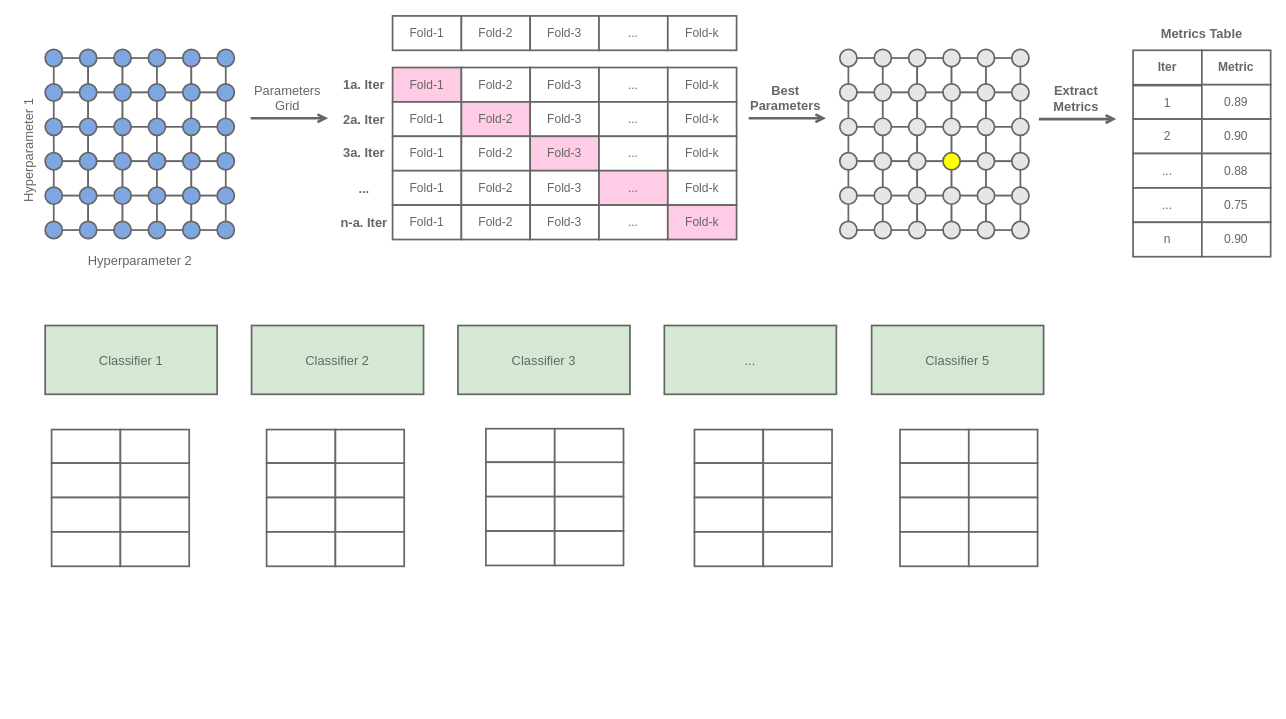
gomesluiz/long-lived-bug-bert-based-prediction keeps this draw.io diagram as figures/repeated-cross-validation-scheme.drawio. Above is the earlier version. Source tidied: cells renumbered, new cells numbered last; positions are measured from the earlier drawing's top-left corner, leaving out a move shared by most shapes. Both pictures are drawn from the tidied source at 86%, with x=0, y=0 at pixel (-28, 15).
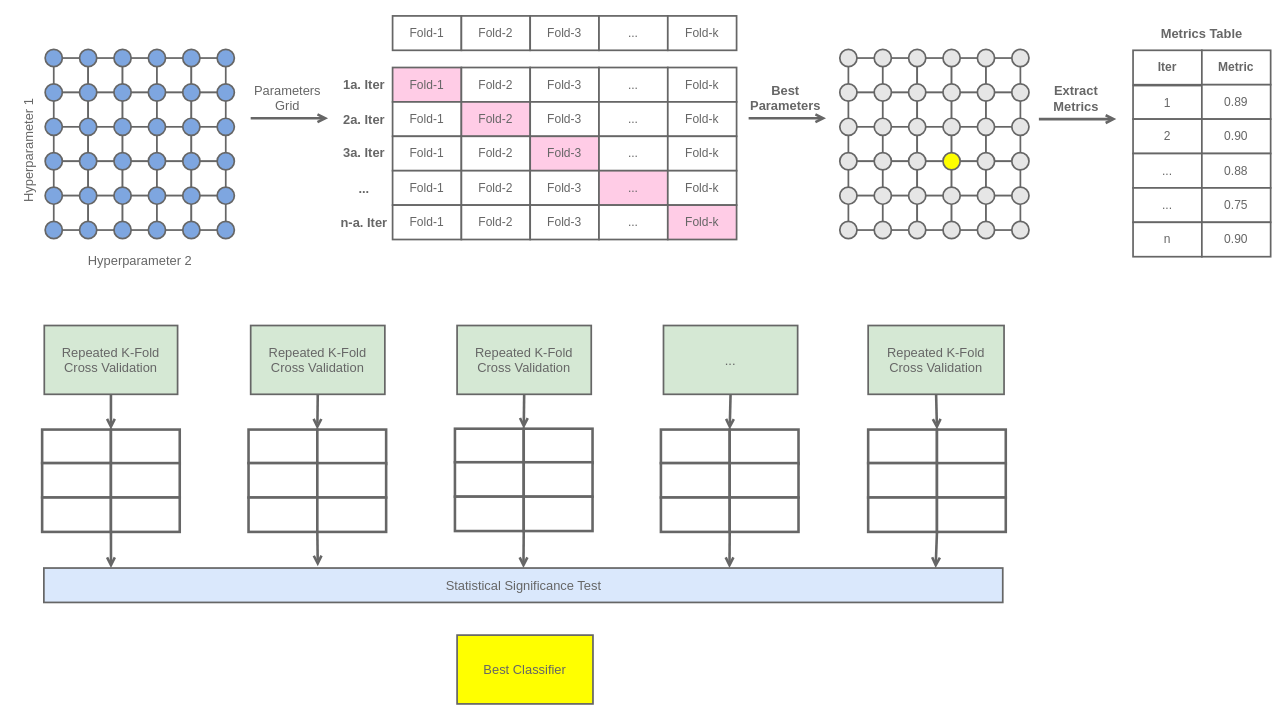
The same diagram, later.

What changed in the source:
```diff
@@
-    <mxCell id="180" value="&lt;font color=&quot;#666666&quot; style=&quot;font-size: 15px&quot;&gt;Classifier 1&lt;/font&gt;" style="rounded=0;whiteSpace=wrap;html=1;strokeColor=#666666;fillColor=#d5e8d4;strokeWidth=2;" parent="1" vertex="1">
-      <mxGeometry x="85" y="360" width="200" height="80" as="geometry" />
+    <mxCell id="180" value="&lt;font color=&quot;#666666&quot; style=&quot;font-size: 15px&quot;&gt;Repeated K-Fold Cross Validation&lt;/font&gt;" style="rounded=0;whiteSpace=wrap;html=1;strokeColor=#666666;fillColor=#d5e8d4;strokeWidth=2;" parent="1" vertex="1">
+      <mxGeometry x="84" y="360" width="155" height="80" as="geometry" />
     </mxCell>
-    <mxCell id="181" value="&lt;font color=&quot;#666666&quot; style=&quot;font-size: 15px&quot;&gt;Classifier 2&lt;/font&gt;" style="rounded=0;whiteSpace=wrap;html=1;strokeColor=#666666;fillColor=#d5e8d4;strokeWidth=2;" parent="1" vertex="1">
-      <mxGeometry x="325" y="360" width="200" height="80" as="geometry" />
+    <mxCell id="181" value="&lt;span style=&quot;color: rgb(102 , 102 , 102) ; font-size: 15px&quot;&gt;Repeated K-Fold Cross Validation&lt;/span&gt;" style="rounded=0;whiteSpace=wrap;html=1;strokeColor=#666666;fillColor=#d5e8d4;strokeWidth=2;" parent="1" vertex="1">
+      <mxGeometry x="324" y="360" width="156" height="80" as="geometry" />
     </mxCell>
-    <mxCell id="182" value="&lt;font color=&quot;#666666&quot; style=&quot;font-size: 15px&quot;&gt;Classifier 3&lt;/font&gt;" style="rounded=0;whiteSpace=wrap;html=1;strokeColor=#666666;fillColor=#d5e8d4;strokeWidth=2;" parent="1" vertex="1">
-      <mxGeometry x="565" y="360" width="200" height="80" as="geometry" />
+    <mxCell id="182" value="&lt;span style=&quot;color: rgb(102 , 102 , 102) ; font-size: 15px&quot;&gt;Repeated K-Fold Cross Validation&lt;/span&gt;" style="rounded=0;whiteSpace=wrap;html=1;strokeColor=#666666;fillColor=#d5e8d4;strokeWidth=2;" parent="1" vertex="1">
+      <mxGeometry x="564" y="360" width="156" height="80" as="geometry" />
     </mxCell>
     <mxCell id="183" value="&lt;font color=&quot;#666666&quot; style=&quot;font-size: 15px&quot;&gt;...&lt;/font&gt;" style="rounded=0;whiteSpace=wrap;html=1;strokeColor=#666666;fillColor=#d5e8d4;strokeWidth=2;" parent="1" vertex="1">
-      <mxGeometry x="805" y="360" width="200" height="80" as="geometry" />
+      <mxGeometry x="804" y="360" width="156" height="80" as="geometry" />
     </mxCell>
-    <mxCell id="184" value="&lt;font color=&quot;#666666&quot; style=&quot;font-size: 15px&quot;&gt;Classifier 5&lt;/font&gt;" style="rounded=0;whiteSpace=wrap;html=1;strokeColor=#666666;fillColor=#d5e8d4;strokeWidth=2;" parent="1" vertex="1">
-      <mxGeometry x="1046" y="360" width="200" height="80" as="geometry" />
+    <mxCell id="184" value="&lt;span style=&quot;color: rgb(102 , 102 , 102) ; font-size: 15px&quot;&gt;Repeated K-Fold Cross Validation&lt;/span&gt;" style="rounded=0;whiteSpace=wrap;html=1;strokeColor=#666666;fillColor=#d5e8d4;strokeWidth=2;" parent="1" vertex="1">
+      <mxGeometry x="1042" y="360" width="158" height="80" as="geometry" />
     </mxCell>
-    <mxCell id="185" style="rounded=0;whiteSpace=wrap;html=1;strokeColor=#666666;fillColor=default;strokeWidth=2;" parent="1" vertex="1">
-      <mxGeometry x="92.5" y="481" width="80" height="39" as="geometry" />
+    <mxCell id="185" style="rounded=0;whiteSpace=wrap;html=1;strokeColor=#666666;fillColor=default;strokeWidth=3;" parent="1" vertex="1">
+      <mxGeometry x="81.5" y="481" width="80" height="39" as="geometry" />
     </mxCell>
-    <mxCell id="186" style="rounded=0;whiteSpace=wrap;html=1;strokeColor=#666666;fillColor=default;strokeWidth=2;" parent="1" vertex="1">
-      <mxGeometry x="172.5" y="481" width="80" height="40" as="geometry" />
+    <mxCell id="186" style="rounded=0;whiteSpace=wrap;html=1;strokeColor=#666666;fillColor=default;strokeWidth=3;" parent="1" vertex="1">
+      <mxGeometry x="161.5" y="481" width="80" height="40" as="geometry" />
     </mxCell>
-    <mxCell id="187" style="rounded=0;whiteSpace=wrap;html=1;strokeColor=#666666;fillColor=default;strokeWidth=2;" parent="1" vertex="1">
-      <mxGeometry x="92.5" y="520" width="80" height="40" as="geometry" />
+    <mxCell id="187" style="rounded=0;whiteSpace=wrap;html=1;strokeColor=#666666;fillColor=default;strokeWidth=3;" parent="1" vertex="1">
+      <mxGeometry x="81.5" y="520" width="80" height="40" as="geometry" />
     </mxCell>
-    <mxCell id="188" style="rounded=0;whiteSpace=wrap;html=1;strokeColor=#666666;fillColor=default;strokeWidth=2;" parent="1" vertex="1">
-      <mxGeometry x="172.5" y="520" width="80" height="40" as="geometry" />
+    <mxCell id="188" style="rounded=0;whiteSpace=wrap;html=1;strokeColor=#666666;fillColor=default;strokeWidth=3;" parent="1" vertex="1">
+      <mxGeometry x="161.5" y="520" width="80" height="40" as="geometry" />
     </mxCell>
-    <mxCell id="189" style="rounded=0;whiteSpace=wrap;html=1;strokeColor=#666666;fillColor=default;strokeWidth=2;" parent="1" vertex="1">
-      <mxGeometry x="92.5" y="560" width="80" height="40" as="geometry" />
+    <mxCell id="189" style="rounded=0;whiteSpace=wrap;html=1;strokeColor=#666666;fillColor=default;strokeWidth=3;" parent="1" vertex="1">
+      <mxGeometry x="81.5" y="560" width="80" height="40" as="geometry" />
     </mxCell>
-    <mxCell id="190" style="rounded=0;whiteSpace=wrap;html=1;strokeColor=#666666;fillColor=default;strokeWidth=2;" parent="1" vertex="1">
-      <mxGeometry x="172.5" y="560" width="80" height="40" as="geometry" />
+    <mxCell id="190" style="rounded=0;whiteSpace=wrap;html=1;strokeColor=#666666;fillColor=default;strokeWidth=3;" parent="1" vertex="1">
+      <mxGeometry x="161.5" y="560" width="80" height="40" as="geometry" />
     </mxCell>
-    <mxCell id="191" style="rounded=0;whiteSpace=wrap;html=1;strokeColor=#666666;fillColor=default;strokeWidth=2;" parent="1" vertex="1">
-      <mxGeometry x="92.5" y="600" width="80" height="40" as="geometry" />
-    </mxCell>
-    <mxCell id="192" style="rounded=0;whiteSpace=wrap;html=1;strokeColor=#666666;fillColor=default;strokeWidth=2;" parent="1" vertex="1">
-      <mxGeometry x="172.5" y="600" width="80" height="40" as="geometry" />
-    </mxCell>
-    <mxCell id="193" style="rounded=0;whiteSpace=wrap;html=1;strokeColor=#666666;fillColor=default;strokeWidth=2;" parent="1" vertex="1">
-      <mxGeometry x="342.5" y="481" width="80" height="39" as="geometry" />
+    <mxCell id="193" style="rounded=0;whiteSpace=wrap;html=1;strokeColor=#666666;fillColor=default;strokeWidth=3;" parent="1" vertex="1">
+      <mxGeometry x="321.5" y="481" width="80" height="39" as="geometry" />
     </mxCell>
-    <mxCell id="194" style="rounded=0;whiteSpace=wrap;html=1;strokeColor=#666666;fillColor=default;strokeWidth=2;" parent="1" vertex="1">
-      <mxGeometry x="422.5" y="481" width="80" height="40" as="geometry" />
+    <mxCell id="194" style="rounded=0;whiteSpace=wrap;html=1;strokeColor=#666666;fillColor=default;strokeWidth=3;" parent="1" vertex="1">
+      <mxGeometry x="401.5" y="481" width="80" height="40" as="geometry" />
     </mxCell>
-    <mxCell id="195" style="rounded=0;whiteSpace=wrap;html=1;strokeColor=#666666;fillColor=default;strokeWidth=2;" parent="1" vertex="1">
-      <mxGeometry x="342.5" y="520" width="80" height="40" as="geometry" />
+    <mxCell id="195" style="rounded=0;whiteSpace=wrap;html=1;strokeColor=#666666;fillColor=default;strokeWidth=3;" parent="1" vertex="1">
+      <mxGeometry x="321.5" y="520" width="80" height="40" as="geometry" />
     </mxCell>
-    <mxCell id="196" style="rounded=0;whiteSpace=wrap;html=1;strokeColor=#666666;fillColor=default;strokeWidth=2;" parent="1" vertex="1">
-      <mxGeometry x="422.5" y="520" width="80" height="40" as="geometry" />
+    <mxCell id="196" style="rounded=0;whiteSpace=wrap;html=1;strokeColor=#666666;fillColor=default;strokeWidth=3;" parent="1" vertex="1">
+      <mxGeometry x="401.5" y="520" width="80" height="40" as="geometry" />
     </mxCell>
-    <mxCell id="197" style="rounded=0;whiteSpace=wrap;html=1;strokeColor=#666666;fillColor=default;strokeWidth=2;" parent="1" vertex="1">
-      <mxGeometry x="342.5" y="560" width="80" height="40" as="geometry" />
+    <mxCell id="197" style="rounded=0;whiteSpace=wrap;html=1;strokeColor=#666666;fillColor=default;strokeWidth=3;" parent="1" vertex="1">
+      <mxGeometry x="321.5" y="560" width="80" height="40" as="geometry" />
     </mxCell>
-    <mxCell id="198" style="rounded=0;whiteSpace=wrap;html=1;strokeColor=#666666;fillColor=default;strokeWidth=2;" parent="1" vertex="1">
-      <mxGeometry x="422.5" y="560" width="80" height="40" as="geometry" />
+    <mxCell id="198" style="rounded=0;whiteSpace=wrap;html=1;strokeColor=#666666;fillColor=default;strokeWidth=3;" parent="1" vertex="1">
+      <mxGeometry x="401.5" y="560" width="80" height="40" as="geometry" />
     </mxCell>
-    <mxCell id="199" style="rounded=0;whiteSpace=wrap;html=1;strokeColor=#666666;fillColor=default;strokeWidth=2;" parent="1" vertex="1">
-      <mxGeometry x="342.5" y="600" width="80" height="40" as="geometry" />
-    </mxCell>
-    <mxCell id="200" style="rounded=0;whiteSpace=wrap;html=1;strokeColor=#666666;fillColor=default;strokeWidth=2;" parent="1" vertex="1">
-      <mxGeometry x="422.5" y="600" width="80" height="40" as="geometry" />
-    </mxCell>
-    <mxCell id="201" style="rounded=0;whiteSpace=wrap;html=1;strokeColor=#666666;fillColor=default;strokeWidth=2;" parent="1" vertex="1">
-      <mxGeometry x="597.5" y="480" width="80" height="39" as="geometry" />
+    <mxCell id="201" style="rounded=0;whiteSpace=wrap;html=1;strokeColor=#666666;fillColor=default;strokeWidth=3;" parent="1" vertex="1">
+      <mxGeometry x="561.5" y="480" width="80" height="39" as="geometry" />
     </mxCell>
-    <mxCell id="202" style="rounded=0;whiteSpace=wrap;html=1;strokeColor=#666666;fillColor=default;strokeWidth=2;" parent="1" vertex="1">
-      <mxGeometry x="677.5" y="480" width="80" height="40" as="geometry" />
+    <mxCell id="202" style="rounded=0;whiteSpace=wrap;html=1;strokeColor=#666666;fillColor=default;strokeWidth=3;" parent="1" vertex="1">
+      <mxGeometry x="641.5" y="480" width="80" height="40" as="geometry" />
     </mxCell>
-    <mxCell id="203" style="rounded=0;whiteSpace=wrap;html=1;strokeColor=#666666;fillColor=default;strokeWidth=2;" parent="1" vertex="1">
-      <mxGeometry x="597.5" y="519" width="80" height="40" as="geometry" />
+    <mxCell id="203" style="rounded=0;whiteSpace=wrap;html=1;strokeColor=#666666;fillColor=default;strokeWidth=3;" parent="1" vertex="1">
+      <mxGeometry x="561.5" y="519" width="80" height="40" as="geometry" />
     </mxCell>
-    <mxCell id="204" style="rounded=0;whiteSpace=wrap;html=1;strokeColor=#666666;fillColor=default;strokeWidth=2;" parent="1" vertex="1">
-      <mxGeometry x="677.5" y="519" width="80" height="40" as="geometry" />
+    <mxCell id="204" style="rounded=0;whiteSpace=wrap;html=1;strokeColor=#666666;fillColor=default;strokeWidth=3;" parent="1" vertex="1">
+      <mxGeometry x="641.5" y="519" width="80" height="40" as="geometry" />
     </mxCell>
-    <mxCell id="205" style="rounded=0;whiteSpace=wrap;html=1;strokeColor=#666666;fillColor=default;strokeWidth=2;" parent="1" vertex="1">
-      <mxGeometry x="597.5" y="559" width="80" height="40" as="geometry" />
+    <mxCell id="205" style="rounded=0;whiteSpace=wrap;html=1;strokeColor=#666666;fillColor=default;strokeWidth=3;" parent="1" vertex="1">
+      <mxGeometry x="561.5" y="559" width="80" height="40" as="geometry" />
     </mxCell>
-    <mxCell id="206" style="rounded=0;whiteSpace=wrap;html=1;strokeColor=#666666;fillColor=default;strokeWidth=2;" parent="1" vertex="1">
-      <mxGeometry x="677.5" y="559" width="80" height="40" as="geometry" />
+    <mxCell id="206" style="rounded=0;whiteSpace=wrap;html=1;strokeColor=#666666;fillColor=default;strokeWidth=3;" parent="1" vertex="1">
+      <mxGeometry x="641.5" y="559" width="80" height="40" as="geometry" />
     </mxCell>
-    <mxCell id="207" style="rounded=0;whiteSpace=wrap;html=1;strokeColor=#666666;fillColor=default;strokeWidth=2;" parent="1" vertex="1">
-      <mxGeometry x="597.5" y="599" width="80" height="40" as="geometry" />
-    </mxCell>
-    <mxCell id="208" style="rounded=0;whiteSpace=wrap;html=1;strokeColor=#666666;fillColor=default;strokeWidth=2;" parent="1" vertex="1">
-      <mxGeometry x="677.5" y="599" width="80" height="40" as="geometry" />
-    </mxCell>
-    <mxCell id="209" style="rounded=0;whiteSpace=wrap;html=1;strokeColor=#666666;fillColor=default;strokeWidth=2;" parent="1" vertex="1">
-      <mxGeometry x="840" y="481" width="80" height="39" as="geometry" />
+    <mxCell id="209" style="rounded=0;whiteSpace=wrap;html=1;strokeColor=#666666;fillColor=default;strokeWidth=3;" parent="1" vertex="1">
+      <mxGeometry x="801" y="481" width="80" height="39" as="geometry" />
     </mxCell>
-    <mxCell id="210" style="rounded=0;whiteSpace=wrap;html=1;strokeColor=#666666;fillColor=default;strokeWidth=2;" parent="1" vertex="1">
-      <mxGeometry x="920" y="481" width="80" height="40" as="geometry" />
+    <mxCell id="210" style="rounded=0;whiteSpace=wrap;html=1;strokeColor=#666666;fillColor=default;strokeWidth=3;" parent="1" vertex="1">
+      <mxGeometry x="881" y="481" width="80" height="40" as="geometry" />
     </mxCell>
-    <mxCell id="211" style="rounded=0;whiteSpace=wrap;html=1;strokeColor=#666666;fillColor=default;strokeWidth=2;" parent="1" vertex="1">
-      <mxGeometry x="840" y="520" width="80" height="40" as="geometry" />
+    <mxCell id="211" style="rounded=0;whiteSpace=wrap;html=1;strokeColor=#666666;fillColor=default;strokeWidth=3;" parent="1" vertex="1">
+      <mxGeometry x="801" y="520" width="80" height="40" as="geometry" />
     </mxCell>
-    <mxCell id="212" style="rounded=0;whiteSpace=wrap;html=1;strokeColor=#666666;fillColor=default;strokeWidth=2;" parent="1" vertex="1">
-      <mxGeometry x="920" y="520" width="80" height="40" as="geometry" />
+    <mxCell id="212" style="rounded=0;whiteSpace=wrap;html=1;strokeColor=#666666;fillColor=default;strokeWidth=3;" parent="1" vertex="1">
+      <mxGeometry x="881" y="520" width="80" height="40" as="geometry" />
     </mxCell>
-    <mxCell id="213" style="rounded=0;whiteSpace=wrap;html=1;strokeColor=#666666;fillColor=default;strokeWidth=2;" parent="1" vertex="1">
-      <mxGeometry x="840" y="560" width="80" height="40" as="geometry" />
+    <mxCell id="213" style="rounded=0;whiteSpace=wrap;html=1;strokeColor=#666666;fillColor=default;strokeWidth=3;" parent="1" vertex="1">
+      <mxGeometry x="801" y="560" width="80" height="40" as="geometry" />
     </mxCell>
-    <mxCell id="214" style="rounded=0;whiteSpace=wrap;html=1;strokeColor=#666666;fillColor=default;strokeWidth=2;" parent="1" vertex="1">
-      <mxGeometry x="920" y="560" width="80" height="40" as="geometry" />
+    <mxCell id="214" style="rounded=0;whiteSpace=wrap;html=1;strokeColor=#666666;fillColor=default;strokeWidth=3;" parent="1" vertex="1">
+      <mxGeometry x="881" y="560" width="80" height="40" as="geometry" />
     </mxCell>
-    <mxCell id="215" style="rounded=0;whiteSpace=wrap;html=1;strokeColor=#666666;fillColor=default;strokeWidth=2;" parent="1" vertex="1">
-      <mxGeometry x="840" y="600" width="80" height="40" as="geometry" />
-    </mxCell>
-    <mxCell id="216" style="rounded=0;whiteSpace=wrap;html=1;strokeColor=#666666;fillColor=default;strokeWidth=2;" parent="1" vertex="1">
-      <mxGeometry x="920" y="600" width="80" height="40" as="geometry" />
-    </mxCell>
-    <mxCell id="217" style="rounded=0;whiteSpace=wrap;html=1;strokeColor=#666666;fillColor=default;strokeWidth=2;" parent="1" vertex="1">
-      <mxGeometry x="1079" y="481" width="80" height="39" as="geometry" />
+    <mxCell id="217" style="rounded=0;whiteSpace=wrap;html=1;strokeColor=#666666;fillColor=default;strokeWidth=3;" parent="1" vertex="1">
+      <mxGeometry x="1042" y="481" width="80" height="39" as="geometry" />
     </mxCell>
-    <mxCell id="218" style="rounded=0;whiteSpace=wrap;html=1;strokeColor=#666666;fillColor=default;strokeWidth=2;" parent="1" vertex="1">
-      <mxGeometry x="1159" y="481" width="80" height="40" as="geometry" />
+    <mxCell id="218" style="rounded=0;whiteSpace=wrap;html=1;strokeColor=#666666;fillColor=default;strokeWidth=3;" parent="1" vertex="1">
+      <mxGeometry x="1122" y="481" width="80" height="40" as="geometry" />
     </mxCell>
-    <mxCell id="219" style="rounded=0;whiteSpace=wrap;html=1;strokeColor=#666666;fillColor=default;strokeWidth=2;" parent="1" vertex="1">
-      <mxGeometry x="1079" y="520" width="80" height="40" as="geometry" />
+    <mxCell id="219" style="rounded=0;whiteSpace=wrap;html=1;strokeColor=#666666;fillColor=default;strokeWidth=3;" parent="1" vertex="1">
+      <mxGeometry x="1042" y="520" width="80" height="40" as="geometry" />
     </mxCell>
-    <mxCell id="220" style="rounded=0;whiteSpace=wrap;html=1;strokeColor=#666666;fillColor=default;strokeWidth=2;" parent="1" vertex="1">
-      <mxGeometry x="1159" y="520" width="80" height="40" as="geometry" />
+    <mxCell id="220" style="rounded=0;whiteSpace=wrap;html=1;strokeColor=#666666;fillColor=default;strokeWidth=3;" parent="1" vertex="1">
+      <mxGeometry x="1122" y="520" width="80" height="40" as="geometry" />
     </mxCell>
-    <mxCell id="221" style="rounded=0;whiteSpace=wrap;html=1;strokeColor=#666666;fillColor=default;strokeWidth=2;" parent="1" vertex="1">
-      <mxGeometry x="1079" y="560" width="80" height="40" as="geometry" />
+    <mxCell id="221" style="rounded=0;whiteSpace=wrap;html=1;strokeColor=#666666;fillColor=default;strokeWidth=3;" parent="1" vertex="1">
+      <mxGeometry x="1042" y="560" width="80" height="40" as="geometry" />
     </mxCell>
-    <mxCell id="222" style="rounded=0;whiteSpace=wrap;html=1;strokeColor=#666666;fillColor=default;strokeWidth=2;" parent="1" vertex="1">
-      <mxGeometry x="1159" y="560" width="80" height="40" as="geometry" />
+    <mxCell id="222" style="rounded=0;whiteSpace=wrap;html=1;strokeColor=#666666;fillColor=default;strokeWidth=3;" parent="1" vertex="1">
+      <mxGeometry x="1122" y="560" width="80" height="40" as="geometry" />
     </mxCell>
-    <mxCell id="223" style="rounded=0;whiteSpace=wrap;html=1;strokeColor=#666666;fillColor=default;strokeWidth=2;" parent="1" vertex="1">
-      <mxGeometry x="1079" y="600" width="80" height="40" as="geometry" />
-    </mxCell>
-    <mxCell id="224" style="rounded=0;whiteSpace=wrap;html=1;strokeColor=#666666;fillColor=default;strokeWidth=2;" parent="1" vertex="1">
-      <mxGeometry x="1159" y="600" width="80" height="40" as="geometry" />
-    </mxCell>
+    <mxCell id="225" value="&lt;font color=&quot;#666666&quot; style=&quot;font-size: 15px&quot;&gt;Statistical Significance Test&lt;/font&gt;" style="rounded=0;whiteSpace=wrap;html=1;strokeColor=#666666;fillColor=#dae8fc;strokeWidth=2;" parent="1" vertex="1">
+      <mxGeometry x="83.5" y="642" width="1115" height="40" as="geometry" />
+    </mxCell>
+    <mxCell id="226" value="&lt;font color=&quot;#666666&quot; style=&quot;font-size: 15px&quot;&gt;Best Classifier&lt;/font&gt;" style="rounded=0;whiteSpace=wrap;html=1;strokeColor=#666666;fillColor=#FFFF00;strokeWidth=2;" parent="1" vertex="1">
+      <mxGeometry x="564" y="720" width="158" height="80" as="geometry" />
+    </mxCell>
+    <mxCell id="227" style="endArrow=open;html=1;rounded=0;endFill=0;strokeWidth=3;strokeColor=#666666;entryX=0;entryY=0;entryDx=0;entryDy=0;exitX=0.5;exitY=1;exitDx=0;exitDy=0;" parent="1" edge="1" source="184" target="218">
+      <mxGeometry relative="1" as="geometry" />
+    </mxCell>
+    <mxCell id="228" style="endArrow=open;html=1;rounded=0;endFill=0;strokeWidth=3;strokeColor=#666666;entryX=0;entryY=0;entryDx=0;entryDy=0;exitX=0.5;exitY=1;exitDx=0;exitDy=0;" parent="1" edge="1" source="183" target="210">
+      <mxGeometry relative="1" as="geometry" />
+    </mxCell>
+    <mxCell id="229" style="endArrow=open;html=1;rounded=0;endFill=0;strokeWidth=3;strokeColor=#666666;entryX=0;entryY=0;entryDx=0;entryDy=0;exitX=0.5;exitY=1;exitDx=0;exitDy=0;" parent="1" edge="1" source="182" target="202">
+      <mxGeometry relative="1" as="geometry" />
+    </mxCell>
+    <mxCell id="230" style="endArrow=open;html=1;rounded=0;endFill=0;strokeWidth=3;strokeColor=#666666;entryX=0;entryY=0;entryDx=0;entryDy=0;exitX=0.5;exitY=1;exitDx=0;exitDy=0;" parent="1" edge="1" source="181" target="194">
+      <mxGeometry relative="1" as="geometry" />
+    </mxCell>
+    <mxCell id="231" style="endArrow=open;html=1;rounded=0;endFill=0;strokeWidth=3;strokeColor=#666666;entryX=0;entryY=0;entryDx=0;entryDy=0;exitX=0.5;exitY=1;exitDx=0;exitDy=0;" parent="1" edge="1" source="180" target="186">
+      <mxGeometry relative="1" as="geometry" />
+    </mxCell>
+    <mxCell id="232" style="endArrow=open;html=1;rounded=0;endFill=0;strokeWidth=3;strokeColor=#666666;entryX=0.07;entryY=0;entryDx=0;entryDy=0;exitX=1;exitY=1;exitDx=0;exitDy=0;entryPerimeter=0;" parent="1" edge="1" source="189" target="225">
+      <mxGeometry relative="1" as="geometry" />
+    </mxCell>
+    <mxCell id="233" style="endArrow=open;html=1;rounded=0;endFill=0;strokeWidth=3;strokeColor=#666666;exitX=1;exitY=1;exitDx=0;exitDy=0;" parent="1" edge="1" source="197">
+      <mxGeometry relative="1" as="geometry">
+        <mxPoint x="402" y="640" as="targetPoint" />
+      </mxGeometry>
+    </mxCell>
+    <mxCell id="234" style="endArrow=open;html=1;rounded=0;endFill=0;strokeWidth=3;strokeColor=#666666;exitX=0;exitY=1;exitDx=0;exitDy=0;" parent="1" edge="1" source="206" target="225">
+      <mxGeometry relative="1" as="geometry" />
+    </mxCell>
+    <mxCell id="235" style="endArrow=open;html=1;rounded=0;endFill=0;strokeWidth=3;strokeColor=#666666;exitX=0;exitY=1;exitDx=0;exitDy=0;entryX=0.715;entryY=0;entryDx=0;entryDy=0;entryPerimeter=0;" parent="1" edge="1" source="214" target="225">
+      <mxGeometry relative="1" as="geometry" />
+    </mxCell>
+    <mxCell id="236" style="endArrow=open;html=1;rounded=0;endFill=0;strokeWidth=3;strokeColor=#666666;exitX=0;exitY=1;exitDx=0;exitDy=0;entryX=0.93;entryY=0;entryDx=0;entryDy=0;entryPerimeter=0;" parent="1" edge="1" source="222" target="225">
+      <mxGeometry relative="1" as="geometry" />
+    </mxCell>
```
